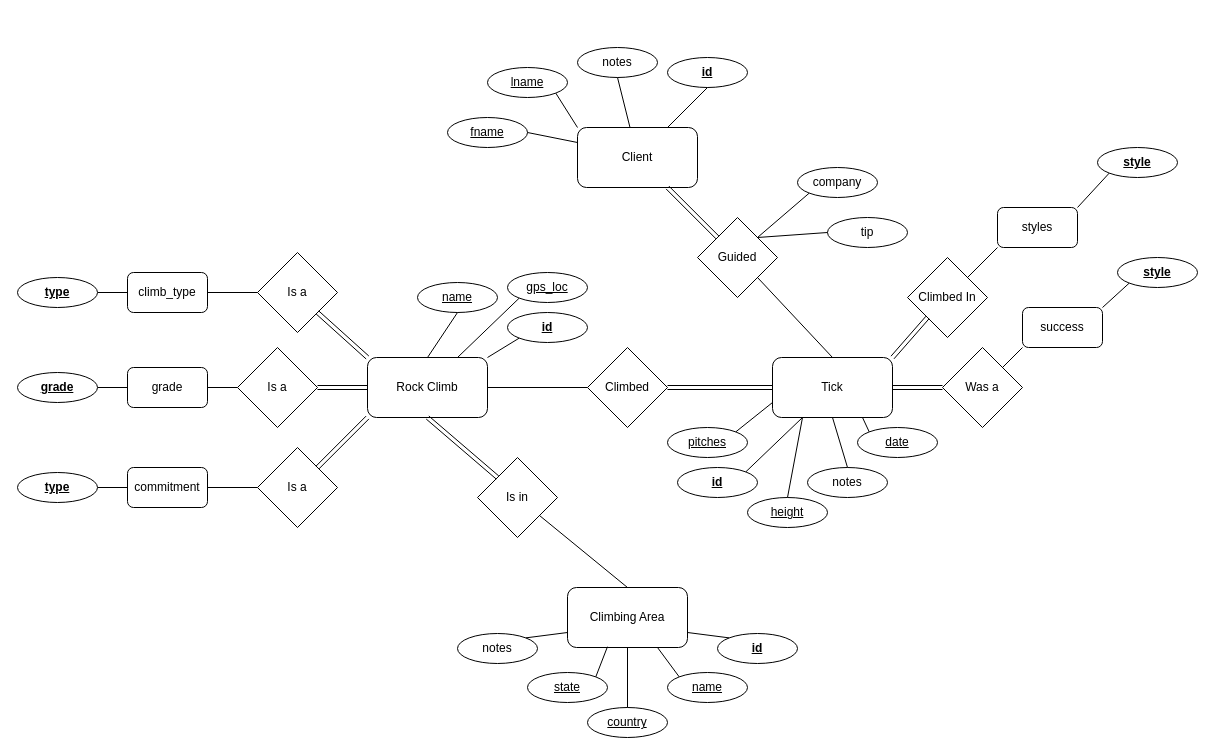
The draw.io diagram ticks-db.drawio in achiquit/ticks-db, before the edit. Source tidied: cells renumbered, new cells numbered last; positions are measured from the earlier drawing's top-left corner, leaving out a move shared by most shapes. Both pictures are drawn from the tidied source at 100%, with x=0, y=0 at pixel (17, 47).
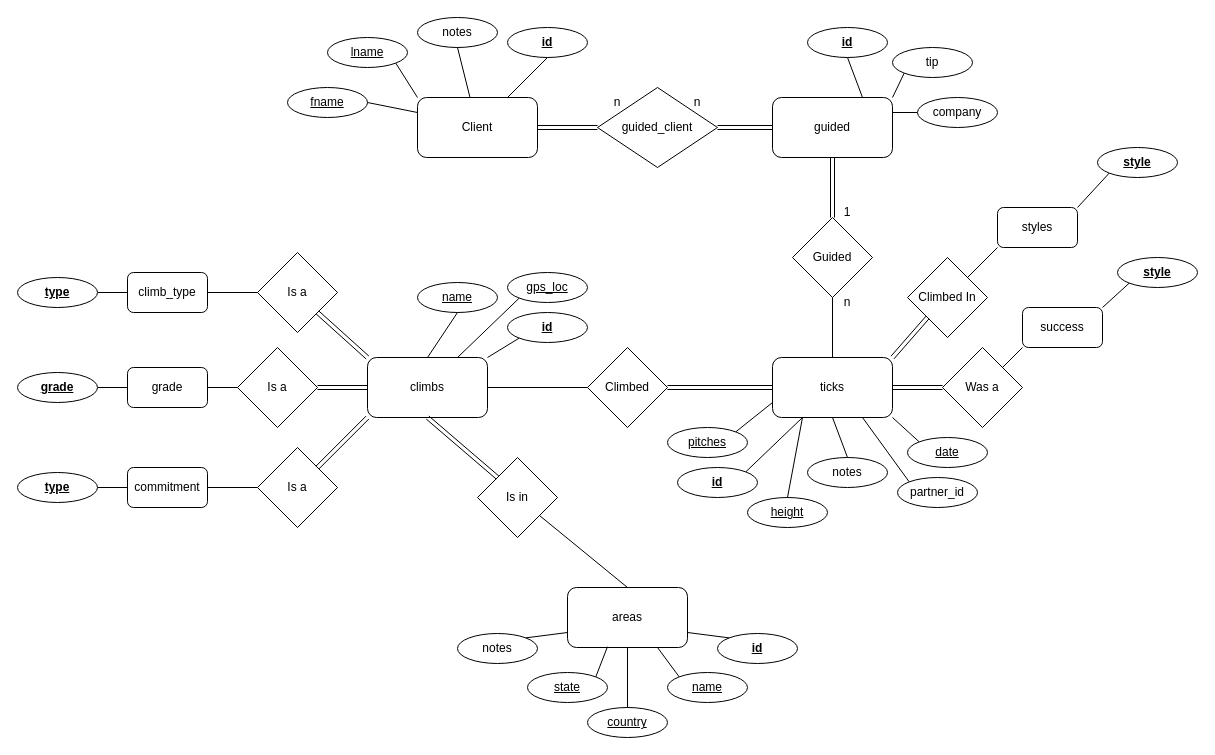
The same page after the edit.

Diff of the diagram source:
```diff
@@
-    <mxCell id="2" value="Tick" style="rounded=1;whiteSpace=wrap;html=1;" parent="1" vertex="1">
+    <mxCell id="2" value="ticks" style="rounded=1;whiteSpace=wrap;html=1;" parent="1" vertex="1">
       <mxGeometry x="755" y="310" width="120" height="60" as="geometry" />
     </mxCell>
-    <mxCell id="3" value="Climbing Area" style="rounded=1;whiteSpace=wrap;html=1;" parent="1" vertex="1">
+    <mxCell id="3" value="areas" style="rounded=1;whiteSpace=wrap;html=1;" parent="1" vertex="1">
       <mxGeometry x="550" y="540" width="120" height="60" as="geometry" />
     </mxCell>
-    <mxCell id="4" value="Rock Climb" style="rounded=1;whiteSpace=wrap;html=1;" parent="1" vertex="1">
+    <mxCell id="4" value="climbs" style="rounded=1;whiteSpace=wrap;html=1;" parent="1" vertex="1">
       <mxGeometry x="350" y="310" width="120" height="60" as="geometry" />
     </mxCell>
@@
     <mxCell id="14" value="&lt;u&gt;date&lt;/u&gt;" style="ellipse;whiteSpace=wrap;html=1;" parent="1" vertex="1">
-      <mxGeometry x="840" y="380" width="80" height="30" as="geometry" />
+      <mxGeometry x="890" y="390" width="80" height="30" as="geometry" />
     </mxCell>
     <mxCell id="15" value="notes" style="ellipse;whiteSpace=wrap;html=1;" parent="1" vertex="1">
-      <mxGeometry x="790" y="420" width="80" height="30" as="geometry" />
+      <mxGeometry x="790" y="410" width="80" height="30" as="geometry" />
     </mxCell>
@@
-    <mxCell id="21" style="endArrow=none;html=1;rounded=0;entryX=0;entryY=0;entryDx=0;entryDy=0;exitX=0.75;exitY=1;exitDx=0;exitDy=0;" parent="1" edge="1" source="2" target="14">
+    <mxCell id="21" style="endArrow=none;html=1;rounded=0;entryX=0;entryY=0;entryDx=0;entryDy=0;exitX=1;exitY=1;exitDx=0;exitDy=0;" parent="1" edge="1" source="2" target="14">
       <mxGeometry relative="1" as="geometry" />
     </mxCell>
@@
     <mxCell id="23" value="Client" style="rounded=1;whiteSpace=wrap;html=1;" parent="1" vertex="1">
-      <mxGeometry x="560" y="80" width="120" height="60" as="geometry" />
+      <mxGeometry x="400" y="50" width="120" height="60" as="geometry" />
     </mxCell>
     <mxCell id="24" value="Guided" style="rhombus;whiteSpace=wrap;html=1;" parent="1" vertex="1">
-      <mxGeometry x="680" y="170" width="80" height="80" as="geometry" />
+      <mxGeometry x="775" y="170" width="80" height="80" as="geometry" />
     </mxCell>
     <mxCell id="25" value="&lt;u&gt;&lt;span style=&quot;font-weight: normal;&quot;&gt;lname&lt;/span&gt;&lt;/u&gt;" style="ellipse;whiteSpace=wrap;html=1;fontStyle=1;" parent="1" vertex="1">
-      <mxGeometry x="470" y="20" width="80" height="30" as="geometry" />
+      <mxGeometry x="310" y="-10" width="80" height="30" as="geometry" />
     </mxCell>
     <mxCell id="26" value="&lt;u&gt;fname&lt;/u&gt;" style="ellipse;whiteSpace=wrap;html=1;" parent="1" vertex="1">
-      <mxGeometry x="430" y="70" width="80" height="30" as="geometry" />
+      <mxGeometry x="270" y="40" width="80" height="30" as="geometry" />
     </mxCell>
     <mxCell id="27" value="notes" style="ellipse;whiteSpace=wrap;html=1;" parent="1" vertex="1">
-      <mxGeometry x="560" width="80" height="30" as="geometry" />
+      <mxGeometry x="400" y="-30" width="80" height="30" as="geometry" />
     </mxCell>
@@
-    <mxCell id="31" style="endArrow=none;html=1;rounded=0;exitX=1;exitY=1;exitDx=0;exitDy=0;entryX=0.5;entryY=0;entryDx=0;entryDy=0;" parent="1" edge="1" source="24" target="2">
+    <mxCell id="31" style="endArrow=none;html=1;rounded=0;exitX=0.5;exitY=1;exitDx=0;exitDy=0;entryX=0.5;entryY=0;entryDx=0;entryDy=0;" parent="1" edge="1" source="24" target="2">
       <mxGeometry relative="1" as="geometry" />
     </mxCell>
@@
-    <mxCell id="33" style="shape=link;html=1;rounded=0;exitX=0.75;exitY=1;exitDx=0;exitDy=0;entryX=0;entryY=0;entryDx=0;entryDy=0;" parent="1" edge="1" source="23" target="24">
-      <mxGeometry relative="1" as="geometry" />
-    </mxCell>
@@
     <mxCell id="35" value="tip" style="ellipse;whiteSpace=wrap;html=1;" parent="1" vertex="1">
-      <mxGeometry x="810" y="170" width="80" height="30" as="geometry" />
+      <mxGeometry x="875" width="80" height="30" as="geometry" />
     </mxCell>
-    <mxCell id="36" style="endArrow=none;html=1;rounded=0;entryX=0;entryY=0.5;entryDx=0;entryDy=0;exitX=1;exitY=0;exitDx=0;exitDy=0;" parent="1" edge="1" source="24" target="35">
+    <mxCell id="36" style="endArrow=none;html=1;rounded=0;entryX=0;entryY=1;entryDx=0;entryDy=0;exitX=1;exitY=0;exitDx=0;exitDy=0;" parent="1" edge="1" source="85" target="35">
       <mxGeometry relative="1" as="geometry" />
     </mxCell>
     <mxCell id="37" value="company" style="ellipse;whiteSpace=wrap;html=1;" parent="1" vertex="1">
-      <mxGeometry x="780" y="120" width="80" height="30" as="geometry" />
+      <mxGeometry x="900" y="50" width="80" height="30" as="geometry" />
     </mxCell>
-    <mxCell id="38" style="endArrow=none;html=1;rounded=0;entryX=0;entryY=1;entryDx=0;entryDy=0;exitX=1;exitY=0;exitDx=0;exitDy=0;" parent="1" edge="1" source="24" target="37">
+    <mxCell id="38" style="endArrow=none;html=1;rounded=0;entryX=0;entryY=0.5;entryDx=0;entryDy=0;exitX=1;exitY=0.25;exitDx=0;exitDy=0;" parent="1" edge="1" source="85" target="37">
       <mxGeometry relative="1" as="geometry" />
     </mxCell>
@@
     <mxCell id="47" value="&lt;b style=&quot;&quot;&gt;&lt;u&gt;id&lt;/u&gt;&lt;/b&gt;" style="ellipse;whiteSpace=wrap;html=1;" parent="1" vertex="1">
-      <mxGeometry x="650" y="10" width="80" height="30" as="geometry" />
+      <mxGeometry x="490" y="-20" width="80" height="30" as="geometry" />
     </mxCell>
@@
+    <mxCell id="83" value="partner_id" style="ellipse;whiteSpace=wrap;html=1;" parent="1" vertex="1">
+      <mxGeometry x="880" y="430" width="80" height="30" as="geometry" />
+    </mxCell>
+    <mxCell id="84" style="endArrow=none;html=1;rounded=0;entryX=0;entryY=0;entryDx=0;entryDy=0;exitX=0.75;exitY=1;exitDx=0;exitDy=0;" parent="1" edge="1" source="2" target="83">
+      <mxGeometry relative="1" as="geometry" />
+    </mxCell>
+    <mxCell id="85" value="guided" style="rounded=1;whiteSpace=wrap;html=1;" parent="1" vertex="1">
+      <mxGeometry x="755" y="50" width="120" height="60" as="geometry" />
+    </mxCell>
+    <mxCell id="86" style="shape=link;html=1;rounded=0;fontSize=12;startSize=8;endSize=8;curved=1;entryX=0.5;entryY=1;entryDx=0;entryDy=0;exitX=0.5;exitY=0;exitDx=0;exitDy=0;" parent="1" edge="1" source="24" target="85">
+      <mxGeometry relative="1" as="geometry" />
+    </mxCell>
+    <mxCell id="87" value="&lt;b&gt;&lt;u&gt;id&lt;/u&gt;&lt;/b&gt;" style="ellipse;whiteSpace=wrap;html=1;" parent="1" vertex="1">
+      <mxGeometry x="790" y="-20" width="80" height="30" as="geometry" />
+    </mxCell>
+    <mxCell id="88" style="endArrow=none;html=1;rounded=0;entryX=0.5;entryY=1;entryDx=0;entryDy=0;exitX=0.75;exitY=0;exitDx=0;exitDy=0;" parent="1" edge="1" source="85" target="87">
+      <mxGeometry relative="1" as="geometry" />
+    </mxCell>
+    <mxCell id="89" value="guided_client" style="rhombus;whiteSpace=wrap;html=1;" parent="1" vertex="1">
+      <mxGeometry x="580" y="40" width="120" height="80" as="geometry" />
+    </mxCell>
+    <mxCell id="90" style="shape=link;html=1;rounded=0;fontSize=12;startSize=8;endSize=8;curved=1;entryX=0;entryY=0.5;entryDx=0;entryDy=0;exitX=1;exitY=0.5;exitDx=0;exitDy=0;" parent="1" edge="1" source="23" target="89">
+      <mxGeometry relative="1" as="geometry" />
+    </mxCell>
+    <mxCell id="91" style="shape=link;html=1;rounded=0;fontSize=12;startSize=8;endSize=8;curved=1;entryX=0;entryY=0.5;entryDx=0;entryDy=0;exitX=1;exitY=0.5;exitDx=0;exitDy=0;" parent="1" edge="1" source="89" target="85">
+      <mxGeometry relative="1" as="geometry" />
+    </mxCell>
+    <mxCell id="92" value="n" style="text;html=1;align=center;verticalAlign=middle;whiteSpace=wrap;rounded=0;" parent="1" vertex="1">
+      <mxGeometry x="570" y="40" width="60" height="30" as="geometry" />
+    </mxCell>
+    <mxCell id="93" value="n" style="text;html=1;align=center;verticalAlign=middle;whiteSpace=wrap;rounded=0;" parent="1" vertex="1">
+      <mxGeometry x="650" y="40" width="60" height="30" as="geometry" />
+    </mxCell>
+    <mxCell id="94" value="1" style="text;html=1;align=center;verticalAlign=middle;whiteSpace=wrap;rounded=0;" parent="1" vertex="1">
+      <mxGeometry x="800" y="150" width="60" height="30" as="geometry" />
+    </mxCell>
+    <mxCell id="95" value="n" style="text;html=1;align=center;verticalAlign=middle;whiteSpace=wrap;rounded=0;" parent="1" vertex="1">
+      <mxGeometry x="800" y="240" width="60" height="30" as="geometry" />
+    </mxCell>
```
